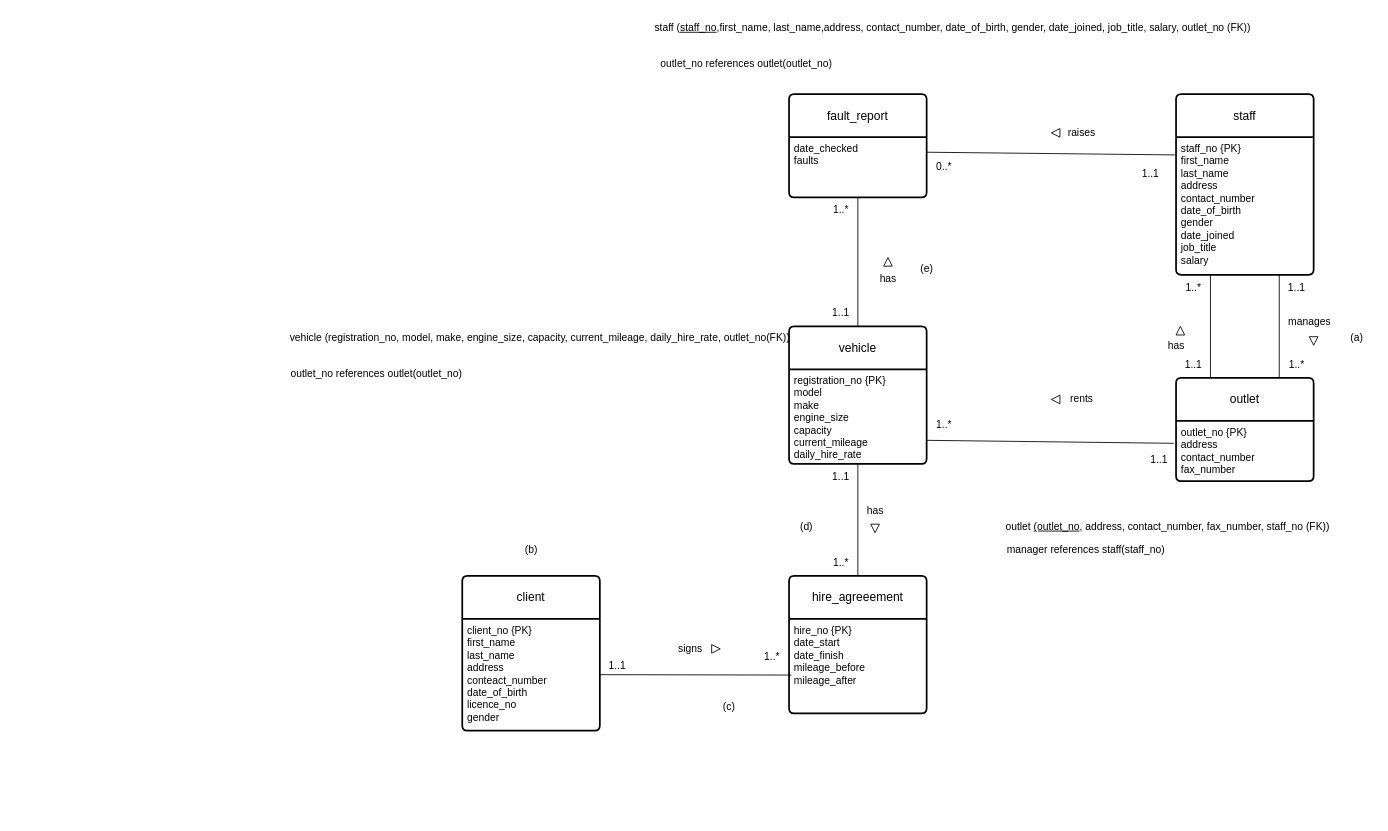
Above: Untitled Diagram.drawio in Zenorang/Website (draw.io), before the change. Source tidied: cells renumbered, new cells numbered last; positions are measured from the earlier drawing's top-left corner, leaving out a move shared by most shapes. Both pictures are drawn from the tidied source at 86%, with x=0, y=0 at pixel (281, 15).
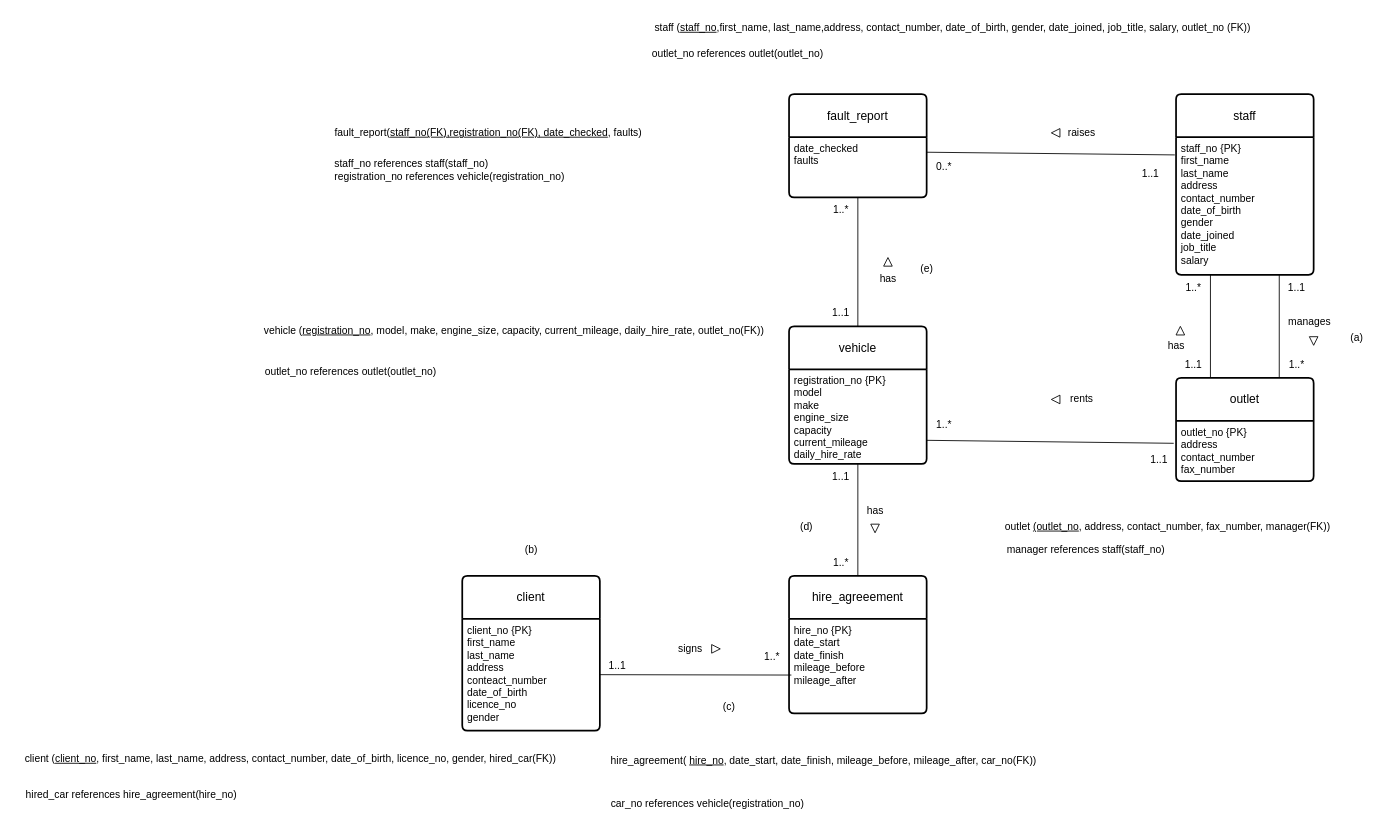
The same diagram, later.

Diff of the diagram source:
```diff
@@
     <mxCell id="55" value="outlet_no references outlet(outlet_no)" style="text;html=1;align=center;verticalAlign=middle;strokeColor=none;fillColor=none;" parent="1" vertex="1">
-      <mxGeometry x="430" y="42" width="220" height="30" as="geometry" />
+      <mxGeometry x="420" y="30" width="220" height="30" as="geometry" />
     </mxCell>
-    <mxCell id="56" value="outlet &lt;u&gt;(outlet_no&lt;/u&gt;, address, contact_number, fax_number, staff_no (FK))" style="text;html=1;align=center;verticalAlign=middle;strokeColor=none;fillColor=none;" parent="1" vertex="1">
+    <mxCell id="56" value="outlet &lt;u&gt;(outlet_no&lt;/u&gt;, address, contact_number, fax_number, manager(FK))" style="text;html=1;align=center;verticalAlign=middle;strokeColor=none;fillColor=none;" parent="1" vertex="1">
       <mxGeometry x="830" y="580" width="400" height="30" as="geometry" />
     </mxCell>
@@
-    <mxCell id="58" value="vehicle (registration_no, model, make, engine_size, capacity, current_mileage, daily_hire_rate, outlet_no(FK))" style="text;html=1;align=center;verticalAlign=middle;strokeColor=none;fillColor=none;" parent="1" vertex="1">
-      <mxGeometry y="360" width="600" height="30" as="geometry" />
+    <mxCell id="58" value="vehicle (&lt;u&gt;registration_no&lt;/u&gt;, model, make, engine_size, capacity, current_mileage, daily_hire_rate, outlet_no(FK))" style="text;html=1;align=center;verticalAlign=middle;strokeColor=none;fillColor=none;" parent="1" vertex="1">
+      <mxGeometry x="-30" y="352" width="600" height="30" as="geometry" />
     </mxCell>
     <mxCell id="59" value="outlet_no references outlet(outlet_no)" style="text;html=1;align=center;verticalAlign=middle;strokeColor=none;fillColor=none;" parent="1" vertex="1">
-      <mxGeometry y="402" width="220" height="30" as="geometry" />
+      <mxGeometry x="-30" y="400" width="220" height="30" as="geometry" />
     </mxCell>
+    <mxCell id="60" value="hire_agreement( &lt;u&gt;hire_no&lt;/u&gt;, date_start, date_finish, mileage_before, mileage_after, car_no(FK))" style="text;html=1;align=center;verticalAlign=middle;strokeColor=none;fillColor=none;" parent="1" vertex="1">
+      <mxGeometry x="370" y="852" width="520" height="30" as="geometry" />
+    </mxCell>
+    <mxCell id="61" value="car_no references vehicle(registration_no)" style="text;html=1;align=center;verticalAlign=middle;strokeColor=none;fillColor=none;" parent="1" vertex="1">
+      <mxGeometry x="370" y="902" width="250" height="30" as="geometry" />
+    </mxCell>
+    <mxCell id="62" value="client (&lt;u&gt;client_no&lt;/u&gt;, first_name, last_name, address, contact_number, date_of_birth, licence_no, gender, hired_car(FK))" style="text;html=1;align=center;verticalAlign=middle;strokeColor=none;fillColor=none;" parent="1" vertex="1">
+      <mxGeometry x="-310" y="850" width="640" height="30" as="geometry" />
+    </mxCell>
+    <mxCell id="63" value="hired_car references hire_agreement(hire_no)" style="text;html=1;align=center;verticalAlign=middle;strokeColor=none;fillColor=none;" parent="1" vertex="1">
+      <mxGeometry x="-310" y="892" width="270" height="30" as="geometry" />
+    </mxCell>
+    <mxCell id="64" value="fault_report(&lt;u&gt;staff_no(FK),registration_no(FK), date_checked&lt;/u&gt;, faults)" style="text;html=1;align=center;verticalAlign=middle;strokeColor=none;fillColor=none;" parent="1" vertex="1">
+      <mxGeometry x="50" y="122" width="380" height="30" as="geometry" />
+    </mxCell>
+    <mxCell id="65" value="&lt;div style=&quot;text-align: left;&quot;&gt;&lt;span style=&quot;background-color: transparent; color: light-dark(rgb(0, 0, 0), rgb(255, 255, 255));&quot;&gt;staff_no references staff(staff_no)&lt;/span&gt;&lt;/div&gt;&lt;div&gt;registration_no references vehicle(registration_no)&lt;/div&gt;" style="text;html=1;align=center;verticalAlign=middle;strokeColor=none;fillColor=none;" parent="1" vertex="1">
+      <mxGeometry x="50" y="160" width="290" height="40" as="geometry" />
+    </mxCell>
```
